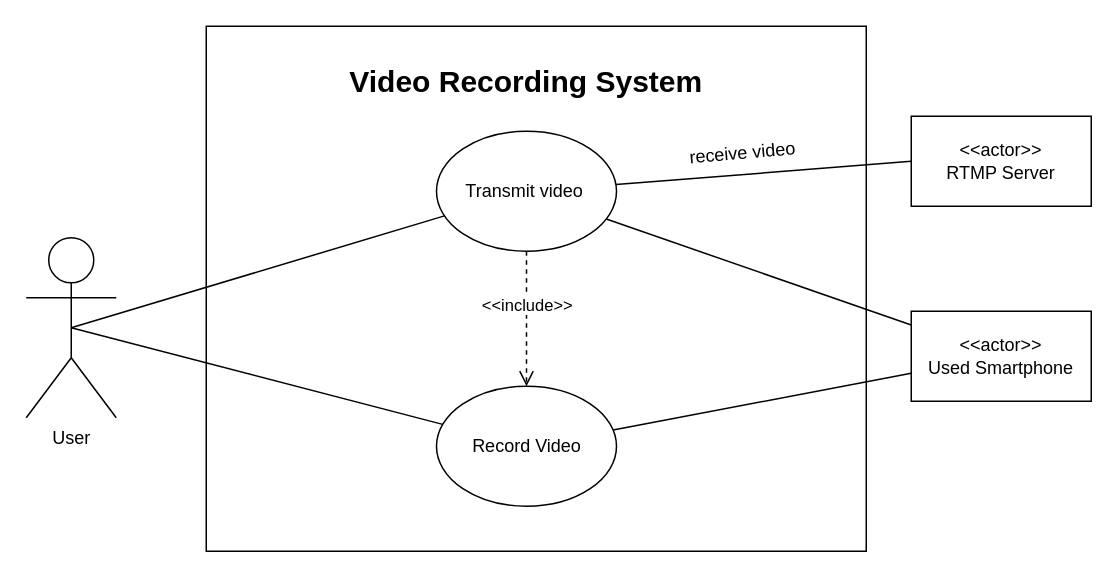
sogongteam14/doc keeps this draw.io diagram as UseCase2.drawio. Above is the earlier version. Source tidied: cells renumbered, new cells numbered last; positions are measured from the earlier drawing's top-left corner, leaving out a move shared by most shapes. Both pictures are drawn from the tidied source at 150%, with x=0, y=0 at pixel (26, 26).
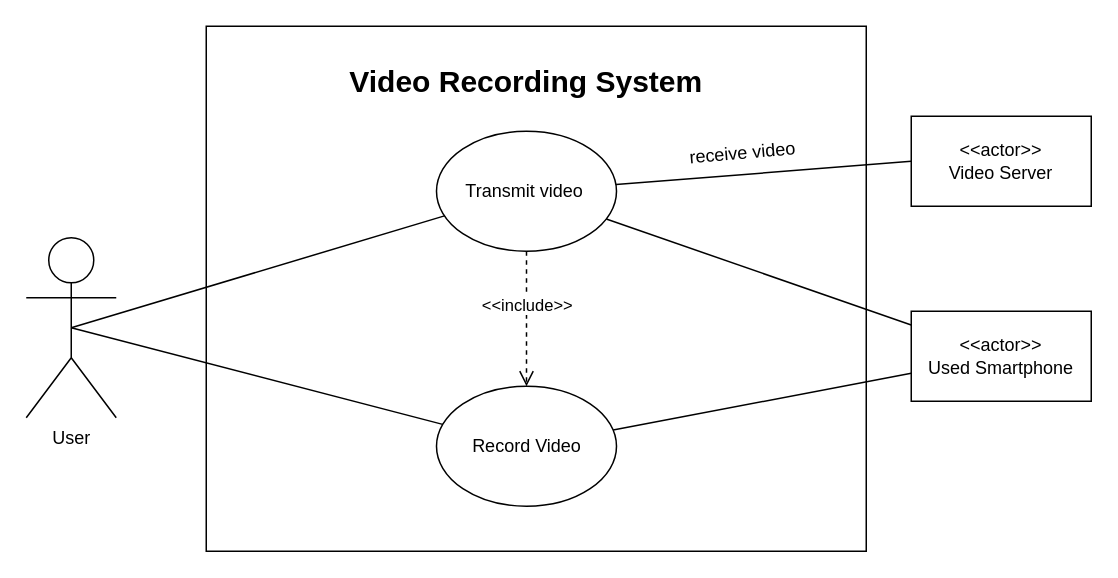
After the change.

The edit, as a diff of the source:
```diff
@@
 <mxGraphModel>
   <root>
     <mxCell id="0" />
     <mxCell id="1" parent="0" />
     <mxCell id="2" style="rounded=0;whiteSpace=wrap;html=1;" parent="1" vertex="1">
       <mxGeometry x="120" width="440" height="350" as="geometry" />
     </mxCell>
     <mxCell id="3" value="&lt;b&gt;&lt;font style=&quot;font-size: 20px&quot;&gt;Video Recording System&lt;/font&gt;&lt;/b&gt;" style="text;html=1;strokeColor=none;fillColor=none;align=center;verticalAlign=middle;whiteSpace=wrap;rounded=0;" parent="1" vertex="1">
       <mxGeometry x="127" y="1" width="413" height="70" as="geometry" />
     </mxCell>
-    <mxCell id="4" value="&lt;div&gt;&amp;lt;&amp;lt;actor&amp;gt;&amp;gt;&lt;/div&gt;&lt;div&gt;RTMP Server&lt;br&gt;&lt;/div&gt;" style="rounded=0;whiteSpace=wrap;html=1;" parent="1" vertex="1">
+    <mxCell id="4" value="&lt;div&gt;&amp;lt;&amp;lt;actor&amp;gt;&amp;gt;&lt;/div&gt;&lt;div&gt;&lt;span&gt;Video Server&lt;/span&gt;&lt;/div&gt;" style="rounded=0;whiteSpace=wrap;html=1;" parent="1" vertex="1">
       <mxGeometry x="590" y="60" width="120" height="60" as="geometry" />
     </mxCell>
     <mxCell id="5" value="Transmit video&amp;nbsp;" style="ellipse;whiteSpace=wrap;html=1;" parent="1" vertex="1">
       <mxGeometry x="273.5" y="70" width="120" height="80" as="geometry" />
     </mxCell>
     <mxCell id="6" value="&amp;lt;&amp;lt;include&amp;gt;&amp;gt;" style="html=1;verticalAlign=bottom;endArrow=open;dashed=1;endSize=8;" parent="1" edge="1" source="5" target="10">
       <mxGeometry relative="1" as="geometry" />
     </mxCell>
     <mxCell id="7" style="endArrow=none;html=1;entryX=0;entryY=0.5;entryDx=0;entryDy=0;" parent="1" edge="1" source="5" target="4">
       <mxGeometry relative="1" as="geometry" />
     </mxCell>
     <mxCell id="8" value="&lt;div&gt;&amp;lt;&amp;lt;actor&amp;gt;&amp;gt;&lt;/div&gt;&lt;div&gt;Used Smartphone&lt;/div&gt;" style="rounded=0;whiteSpace=wrap;html=1;" parent="1" vertex="1">
       <mxGeometry x="590" y="190" width="120" height="60" as="geometry" />
     </mxCell>
     <mxCell id="9" value="receive video" style="text;html=1;align=left;verticalAlign=top;spacingTop=-4;rotation=355;" parent="1" vertex="1">
       <mxGeometry x="440" y="74" width="90" height="20" as="geometry" />
     </mxCell>
     <mxCell id="10" value="Record Video" style="ellipse;whiteSpace=wrap;html=1;" parent="1" vertex="1">
       <mxGeometry x="273.5" y="240" width="120" height="80" as="geometry" />
     </mxCell>
     <mxCell id="11" style="endArrow=none;html=1;" parent="1" edge="1" source="5" target="8">
       <mxGeometry relative="1" as="geometry" />
     </mxCell>
     <mxCell id="12" style="endArrow=none;html=1;" parent="1" edge="1" source="10" target="8">
       <mxGeometry relative="1" as="geometry" />
     </mxCell>
     <mxCell id="13" value="User" style="shape=umlActor;verticalLabelPosition=bottom;labelBackgroundColor=#ffffff;verticalAlign=top;html=1;outlineConnect=0;" parent="1" vertex="1">
       <mxGeometry y="141" width="60" height="120" as="geometry" />
     </mxCell>
     <mxCell id="14" style="endArrow=none;html=1;exitX=0.5;exitY=0.5;exitDx=0;exitDy=0;exitPerimeter=0;" parent="1" edge="1" source="13" target="10">
       <mxGeometry relative="1" as="geometry" />
     </mxCell>
     <mxCell id="15" style="endArrow=none;html=1;exitX=0.5;exitY=0.5;exitDx=0;exitDy=0;exitPerimeter=0;" parent="1" edge="1" source="13" target="5">
       <mxGeometry relative="1" as="geometry" />
     </mxCell>
   </root>
 </mxGraphModel>
```
